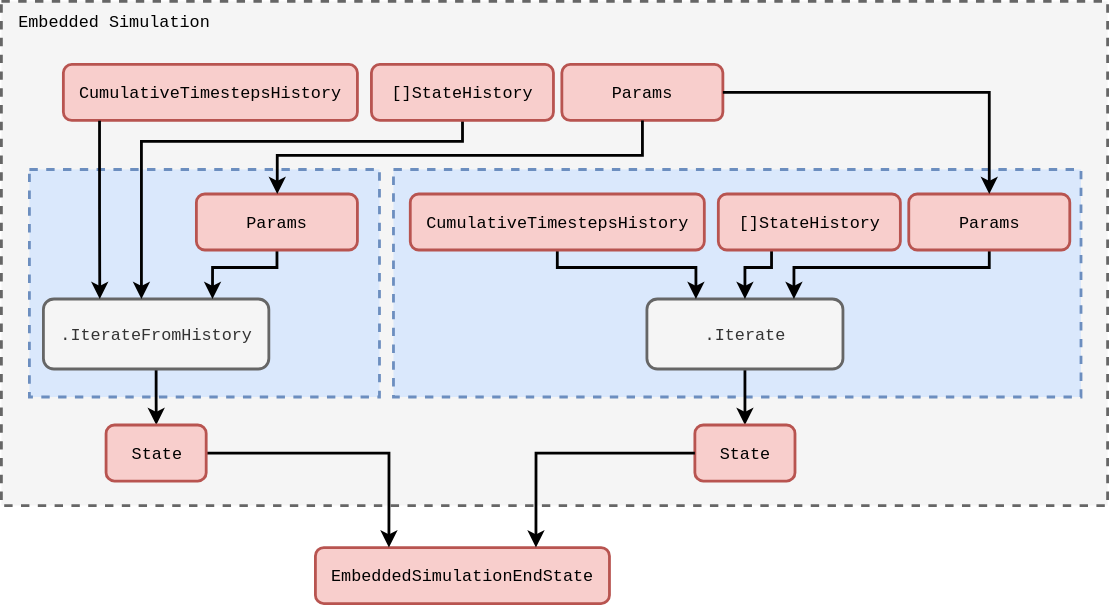
umbralcalc/umbralcalc.github.io keeps this draw.io diagram as assets/diagramming_the_stochadex_project/embedded-simulations.svg. Above is the earlier version. Source tidied: cells renumbered, new cells last; positions are measured from the earlier drawing's top-left corner, leaving out a move shared by most shapes.
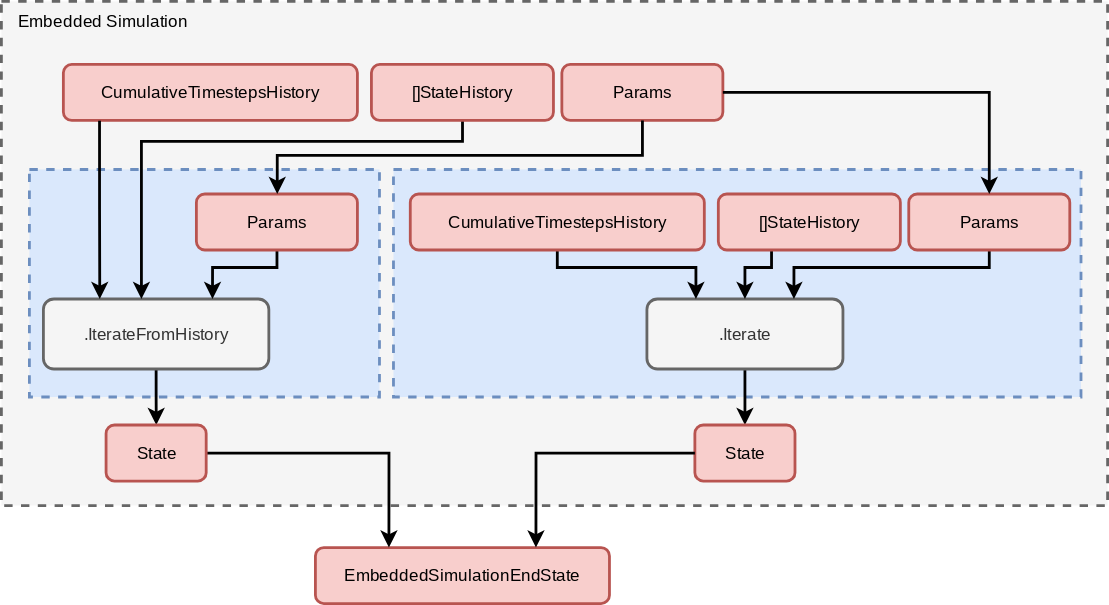
The same file after the commit.

Change to the diagram source:
```diff
@@ -2,34 +2,34 @@
   <root>
     <mxCell id="0" />
     <mxCell id="1" parent="0" />
-    <mxCell id="2" style="rounded=0;whiteSpace=wrap;html=1;fillColor=#f5f5f5;dashed=1;strokeWidth=2;fontColor=#333333;strokeColor=#666666;" parent="1" vertex="1">
+    <mxCell id="2" style="rounded=0;whiteSpace=wrap;html=1;fillColor=#f5f5f5;dashed=1;strokeWidth=2;fontColor=#333333;strokeColor=#666666;fontFamily=Cousine;fontSource=https%3A%2F%2Ffonts.googleapis.com%2Fcss2%3Ffamily%3DCourier%2BPrime%3Aital%2Cwght%400%2C400%3B0%2C700%3B1%2C400%3B1%2C700%26family%3DCousine%3Aital%2Cwght%400%2C400%3B0%2C700%3B1%2C400%3B1%2C700%26family%3DShadows%2BInto%2BLight%26display%3Dswap;" parent="1" vertex="1">
       <mxGeometry width="790" height="360" as="geometry" />
     </mxCell>
-    <mxCell id="3" value="&lt;font face=&quot;Courier New&quot;&gt;Params&lt;/font&gt;" style="rounded=1;whiteSpace=wrap;html=1;strokeWidth=2;fillColor=#f8cecc;strokeColor=#b85450;" parent="1" vertex="1">
+    <mxCell id="3" value="&lt;font&gt;Params&lt;/font&gt;" style="rounded=1;whiteSpace=wrap;html=1;strokeWidth=2;fillColor=#f8cecc;strokeColor=#b85450;fontFamily=Cousine;fontSource=https%3A%2F%2Ffonts.googleapis.com%2Fcss2%3Ffamily%3DCourier%2BPrime%3Aital%2Cwght%400%2C400%3B0%2C700%3B1%2C400%3B1%2C700%26family%3DCousine%3Aital%2Cwght%400%2C400%3B0%2C700%3B1%2C400%3B1%2C700%26family%3DShadows%2BInto%2BLight%26display%3Dswap;" parent="1" vertex="1">
       <mxGeometry x="400.2" y="45" width="115" height="40" as="geometry" />
     </mxCell>
-    <mxCell id="4" style="rounded=0;whiteSpace=wrap;html=1;dashed=1;strokeWidth=2;fillColor=#dae8fc;strokeColor=#6c8ebf;" parent="1" vertex="1">
+    <mxCell id="4" style="rounded=0;whiteSpace=wrap;html=1;dashed=1;strokeWidth=2;fillColor=#dae8fc;strokeColor=#6c8ebf;fontFamily=Cousine;fontSource=https%3A%2F%2Ffonts.googleapis.com%2Fcss2%3Ffamily%3DCourier%2BPrime%3Aital%2Cwght%400%2C400%3B0%2C700%3B1%2C400%3B1%2C700%26family%3DCousine%3Aital%2Cwght%400%2C400%3B0%2C700%3B1%2C400%3B1%2C700%26family%3DShadows%2BInto%2BLight%26display%3Dswap;" parent="1" vertex="1">
       <mxGeometry x="20" y="120" width="250" height="162.5" as="geometry" />
     </mxCell>
-    <mxCell id="5" style="edgeStyle=orthogonalEdgeStyle;rounded=0;jettySize=auto;html=1;strokeWidth=2;" parent="1" edge="1" source="6" target="10">
+    <mxCell id="5" style="edgeStyle=orthogonalEdgeStyle;rounded=0;jettySize=auto;html=1;strokeWidth=2;fontFamily=Cousine;fontSource=https%3A%2F%2Ffonts.googleapis.com%2Fcss2%3Ffamily%3DCourier%2BPrime%3Aital%2Cwght%400%2C400%3B0%2C700%3B1%2C400%3B1%2C700%26family%3DCousine%3Aital%2Cwght%400%2C400%3B0%2C700%3B1%2C400%3B1%2C700%26family%3DShadows%2BInto%2BLight%26display%3Dswap;" parent="1" edge="1" source="6" target="10">
       <mxGeometry relative="1" as="geometry" />
     </mxCell>
-    <mxCell id="6" value="&lt;font face=&quot;Courier New&quot;&gt;.IterateFromHistory&lt;/font&gt;" style="rounded=1;whiteSpace=wrap;html=1;strokeWidth=2;fillColor=#f5f5f5;fontColor=#333333;strokeColor=#666666;" parent="1" vertex="1">
+    <mxCell id="6" value="&lt;font&gt;.IterateFromHistory&lt;/font&gt;" style="rounded=1;whiteSpace=wrap;html=1;strokeWidth=2;fillColor=#f5f5f5;fontColor=#333333;strokeColor=#666666;fontFamily=Cousine;fontSource=https%3A%2F%2Ffonts.googleapis.com%2Fcss2%3Ffamily%3DCourier%2BPrime%3Aital%2Cwght%400%2C400%3B0%2C700%3B1%2C400%3B1%2C700%26family%3DCousine%3Aital%2Cwght%400%2C400%3B0%2C700%3B1%2C400%3B1%2C700%26family%3DShadows%2BInto%2BLight%26display%3Dswap;" parent="1" vertex="1">
       <mxGeometry x="30" y="212.5" width="161" height="50" as="geometry" />
     </mxCell>
-    <mxCell id="7" value="&lt;font face=&quot;Courier New&quot;&gt;EmbeddedSimulationEndState&lt;/font&gt;" style="rounded=1;whiteSpace=wrap;html=1;strokeWidth=2;fillColor=#f8cecc;strokeColor=#b85450;" parent="1" vertex="1">
+    <mxCell id="7" value="&lt;font&gt;EmbeddedSimulationEndState&lt;/font&gt;" style="rounded=1;whiteSpace=wrap;html=1;strokeWidth=2;fillColor=#f8cecc;strokeColor=#b85450;fontFamily=Cousine;fontSource=https%3A%2F%2Ffonts.googleapis.com%2Fcss2%3Ffamily%3DCourier%2BPrime%3Aital%2Cwght%400%2C400%3B0%2C700%3B1%2C400%3B1%2C700%26family%3DCousine%3Aital%2Cwght%400%2C400%3B0%2C700%3B1%2C400%3B1%2C700%26family%3DShadows%2BInto%2BLight%26display%3Dswap;" parent="1" vertex="1">
       <mxGeometry x="224.2" y="390" width="210" height="40" as="geometry" />
     </mxCell>
-    <mxCell id="8" value="&lt;span style=&quot;font-family: &amp;quot;Courier New&amp;quot;; font-size: 12px; font-style: normal; font-variant-ligatures: normal; font-variant-caps: normal; letter-spacing: normal; orphans: 2; text-align: center; text-indent: 0px; text-transform: none; widows: 2; word-spacing: 0px; -webkit-text-stroke-width: 0px; white-space: normal; text-decoration-thickness: initial; text-decoration-style: initial; text-decoration-color: initial; float: none; display: inline !important;&quot;&gt;Embedded Simulation&lt;/span&gt;" style="text;whiteSpace=wrap;html=1;" parent="1" vertex="1">
+    <mxCell id="8" value="&lt;span style=&quot;font-size: 12px; font-style: normal; font-variant-ligatures: normal; font-variant-caps: normal; letter-spacing: normal; orphans: 2; text-align: center; text-indent: 0px; text-transform: none; widows: 2; word-spacing: 0px; -webkit-text-stroke-width: 0px; white-space: normal; text-decoration-thickness: initial; text-decoration-style: initial; text-decoration-color: initial; float: none; display: inline !important;&quot;&gt;Embedded Simulation&lt;/span&gt;" style="text;whiteSpace=wrap;html=1;fontFamily=Cousine;fontSource=https%3A%2F%2Ffonts.googleapis.com%2Fcss2%3Ffamily%3DCourier%2BPrime%3Aital%2Cwght%400%2C400%3B0%2C700%3B1%2C400%3B1%2C700%26family%3DCousine%3Aital%2Cwght%400%2C400%3B0%2C700%3B1%2C400%3B1%2C700%26family%3DShadows%2BInto%2BLight%26display%3Dswap;" parent="1" vertex="1">
       <mxGeometry x="10" width="160" height="29" as="geometry" />
     </mxCell>
-    <mxCell id="9" style="edgeStyle=orthogonalEdgeStyle;rounded=0;jettySize=auto;html=1;entryX=0.25;entryY=0;entryDx=0;entryDy=0;strokeWidth=2;" parent="1" edge="1" source="10" target="7">
+    <mxCell id="9" style="edgeStyle=orthogonalEdgeStyle;rounded=0;jettySize=auto;html=1;entryX=0.25;entryY=0;entryDx=0;entryDy=0;strokeWidth=2;fontFamily=Cousine;fontSource=https%3A%2F%2Ffonts.googleapis.com%2Fcss2%3Ffamily%3DCourier%2BPrime%3Aital%2Cwght%400%2C400%3B0%2C700%3B1%2C400%3B1%2C700%26family%3DCousine%3Aital%2Cwght%400%2C400%3B0%2C700%3B1%2C400%3B1%2C700%26family%3DShadows%2BInto%2BLight%26display%3Dswap;" parent="1" edge="1" source="10" target="7">
       <mxGeometry relative="1" as="geometry" />
     </mxCell>
-    <mxCell id="10" value="&lt;font face=&quot;Courier New&quot;&gt;State&lt;/font&gt;" style="rounded=1;whiteSpace=wrap;html=1;strokeWidth=2;fillColor=#f8cecc;strokeColor=#b85450;" parent="1" vertex="1">
+    <mxCell id="10" value="&lt;font&gt;State&lt;/font&gt;" style="rounded=1;whiteSpace=wrap;html=1;strokeWidth=2;fillColor=#f8cecc;strokeColor=#b85450;fontFamily=Cousine;fontSource=https%3A%2F%2Ffonts.googleapis.com%2Fcss2%3Ffamily%3DCourier%2BPrime%3Aital%2Cwght%400%2C400%3B0%2C700%3B1%2C400%3B1%2C700%26family%3DCousine%3Aital%2Cwght%400%2C400%3B0%2C700%3B1%2C400%3B1%2C700%26family%3DShadows%2BInto%2BLight%26display%3Dswap;" parent="1" vertex="1">
       <mxGeometry x="74.8" y="302.5" width="71.5" height="40" as="geometry" />
     </mxCell>
-    <mxCell id="11" style="edgeStyle=orthogonalEdgeStyle;rounded=0;jettySize=auto;html=1;strokeWidth=2;" parent="1" edge="1" source="12" target="6">
+    <mxCell id="11" style="edgeStyle=orthogonalEdgeStyle;rounded=0;jettySize=auto;html=1;strokeWidth=2;fontFamily=Cousine;fontSource=https%3A%2F%2Ffonts.googleapis.com%2Fcss2%3Ffamily%3DCourier%2BPrime%3Aital%2Cwght%400%2C400%3B0%2C700%3B1%2C400%3B1%2C700%26family%3DCousine%3Aital%2Cwght%400%2C400%3B0%2C700%3B1%2C400%3B1%2C700%26family%3DShadows%2BInto%2BLight%26display%3Dswap;" parent="1" edge="1" source="12" target="6">
       <mxGeometry relative="1" as="geometry">
         <Array as="points">
           <mxPoint x="329" y="100" />
@@ -37,27 +37,27 @@
         </Array>
       </mxGeometry>
     </mxCell>
-    <mxCell id="12" value="&lt;font face=&quot;Courier New&quot;&gt;[]StateHistory&lt;/font&gt;" style="rounded=1;whiteSpace=wrap;html=1;strokeWidth=2;fillColor=#f8cecc;strokeColor=#b85450;" parent="1" vertex="1">
+    <mxCell id="12" value="&lt;font&gt;[]StateHistory&lt;/font&gt;" style="rounded=1;whiteSpace=wrap;html=1;strokeWidth=2;fillColor=#f8cecc;strokeColor=#b85450;fontFamily=Cousine;fontSource=https%3A%2F%2Ffonts.googleapis.com%2Fcss2%3Ffamily%3DCourier%2BPrime%3Aital%2Cwght%400%2C400%3B0%2C700%3B1%2C400%3B1%2C700%26family%3DCousine%3Aital%2Cwght%400%2C400%3B0%2C700%3B1%2C400%3B1%2C700%26family%3DShadows%2BInto%2BLight%26display%3Dswap;" parent="1" vertex="1">
       <mxGeometry x="264.2" y="45" width="130" height="40" as="geometry" />
     </mxCell>
-    <mxCell id="13" value="&lt;font face=&quot;Courier New&quot;&gt;CumulativeTimestepsHistory&lt;/font&gt;" style="rounded=1;whiteSpace=wrap;html=1;strokeWidth=2;fillColor=#f8cecc;strokeColor=#b85450;" parent="1" vertex="1">
+    <mxCell id="13" value="&lt;font&gt;CumulativeTimestepsHistory&lt;/font&gt;" style="rounded=1;whiteSpace=wrap;html=1;strokeWidth=2;fillColor=#f8cecc;strokeColor=#b85450;fontFamily=Cousine;fontSource=https%3A%2F%2Ffonts.googleapis.com%2Fcss2%3Ffamily%3DCourier%2BPrime%3Aital%2Cwght%400%2C400%3B0%2C700%3B1%2C400%3B1%2C700%26family%3DCousine%3Aital%2Cwght%400%2C400%3B0%2C700%3B1%2C400%3B1%2C700%26family%3DShadows%2BInto%2BLight%26display%3Dswap;" parent="1" vertex="1">
       <mxGeometry x="44.2" y="45" width="210" height="40" as="geometry" />
     </mxCell>
-    <mxCell id="14" style="rounded=0;whiteSpace=wrap;html=1;dashed=1;strokeWidth=2;fillColor=#dae8fc;strokeColor=#6c8ebf;" parent="1" vertex="1">
+    <mxCell id="14" style="rounded=0;whiteSpace=wrap;html=1;dashed=1;strokeWidth=2;fillColor=#dae8fc;strokeColor=#6c8ebf;fontFamily=Cousine;fontSource=https%3A%2F%2Ffonts.googleapis.com%2Fcss2%3Ffamily%3DCourier%2BPrime%3Aital%2Cwght%400%2C400%3B0%2C700%3B1%2C400%3B1%2C700%26family%3DCousine%3Aital%2Cwght%400%2C400%3B0%2C700%3B1%2C400%3B1%2C700%26family%3DShadows%2BInto%2BLight%26display%3Dswap;" parent="1" vertex="1">
       <mxGeometry x="280" y="120" width="491" height="162.5" as="geometry" />
     </mxCell>
-    <mxCell id="15" style="edgeStyle=orthogonalEdgeStyle;rounded=0;jettySize=auto;html=1;strokeWidth=2;" parent="1" edge="1" source="16">
+    <mxCell id="15" style="edgeStyle=orthogonalEdgeStyle;rounded=0;jettySize=auto;html=1;strokeWidth=2;fontFamily=Cousine;fontSource=https%3A%2F%2Ffonts.googleapis.com%2Fcss2%3Ffamily%3DCourier%2BPrime%3Aital%2Cwght%400%2C400%3B0%2C700%3B1%2C400%3B1%2C700%26family%3DCousine%3Aital%2Cwght%400%2C400%3B0%2C700%3B1%2C400%3B1%2C700%26family%3DShadows%2BInto%2BLight%26display%3Dswap;" parent="1" edge="1" source="16">
       <mxGeometry relative="1" as="geometry">
         <mxPoint x="531" y="302.5" as="targetPoint" />
       </mxGeometry>
     </mxCell>
-    <mxCell id="16" value="&lt;font face=&quot;Courier New&quot;&gt;.Iterate&lt;/font&gt;" style="rounded=1;whiteSpace=wrap;html=1;strokeWidth=2;fillColor=#f5f5f5;fontColor=#333333;strokeColor=#666666;" parent="1" vertex="1">
+    <mxCell id="16" value="&lt;font&gt;.Iterate&lt;/font&gt;" style="rounded=1;whiteSpace=wrap;html=1;strokeWidth=2;fillColor=#f5f5f5;fontColor=#333333;strokeColor=#666666;fontFamily=Cousine;fontSource=https%3A%2F%2Ffonts.googleapis.com%2Fcss2%3Ffamily%3DCourier%2BPrime%3Aital%2Cwght%400%2C400%3B0%2C700%3B1%2C400%3B1%2C700%26family%3DCousine%3Aital%2Cwght%400%2C400%3B0%2C700%3B1%2C400%3B1%2C700%26family%3DShadows%2BInto%2BLight%26display%3Dswap;" parent="1" vertex="1">
       <mxGeometry x="461" y="212.5" width="140" height="50" as="geometry" />
     </mxCell>
-    <mxCell id="17" value="&lt;font face=&quot;Courier New&quot;&gt;State&lt;/font&gt;" style="rounded=1;whiteSpace=wrap;html=1;strokeWidth=2;fillColor=#f8cecc;strokeColor=#b85450;" parent="1" vertex="1">
+    <mxCell id="17" value="&lt;font&gt;State&lt;/font&gt;" style="rounded=1;whiteSpace=wrap;html=1;strokeWidth=2;fillColor=#f8cecc;strokeColor=#b85450;fontFamily=Cousine;fontSource=https%3A%2F%2Ffonts.googleapis.com%2Fcss2%3Ffamily%3DCourier%2BPrime%3Aital%2Cwght%400%2C400%3B0%2C700%3B1%2C400%3B1%2C700%26family%3DCousine%3Aital%2Cwght%400%2C400%3B0%2C700%3B1%2C400%3B1%2C700%26family%3DShadows%2BInto%2BLight%26display%3Dswap;" parent="1" vertex="1">
       <mxGeometry x="495.2" y="302.5" width="71.5" height="40" as="geometry" />
     </mxCell>
-    <mxCell id="18" style="edgeStyle=orthogonalEdgeStyle;rounded=0;jettySize=auto;html=1;entryX=0.75;entryY=0;entryDx=0;entryDy=0;strokeWidth=2;" parent="1" edge="1" source="19" target="16">
+    <mxCell id="18" style="edgeStyle=orthogonalEdgeStyle;rounded=0;jettySize=auto;html=1;entryX=0.75;entryY=0;entryDx=0;entryDy=0;strokeWidth=2;fontFamily=Cousine;fontSource=https%3A%2F%2Ffonts.googleapis.com%2Fcss2%3Ffamily%3DCourier%2BPrime%3Aital%2Cwght%400%2C400%3B0%2C700%3B1%2C400%3B1%2C700%26family%3DCousine%3Aital%2Cwght%400%2C400%3B0%2C700%3B1%2C400%3B1%2C700%26family%3DShadows%2BInto%2BLight%26display%3Dswap;" parent="1" edge="1" source="19" target="16">
       <mxGeometry relative="1" as="geometry">
         <Array as="points">
           <mxPoint x="706" y="190" />
@@ -65,10 +65,10 @@
         </Array>
       </mxGeometry>
     </mxCell>
-    <mxCell id="19" value="&lt;font face=&quot;Courier New&quot;&gt;Params&lt;/font&gt;" style="rounded=1;whiteSpace=wrap;html=1;strokeWidth=2;fillColor=#f8cecc;strokeColor=#b85450;" parent="1" vertex="1">
+    <mxCell id="19" value="&lt;font&gt;Params&lt;/font&gt;" style="rounded=1;whiteSpace=wrap;html=1;strokeWidth=2;fillColor=#f8cecc;strokeColor=#b85450;fontFamily=Cousine;fontSource=https%3A%2F%2Ffonts.googleapis.com%2Fcss2%3Ffamily%3DCourier%2BPrime%3Aital%2Cwght%400%2C400%3B0%2C700%3B1%2C400%3B1%2C700%26family%3DCousine%3Aital%2Cwght%400%2C400%3B0%2C700%3B1%2C400%3B1%2C700%26family%3DShadows%2BInto%2BLight%26display%3Dswap;" parent="1" vertex="1">
       <mxGeometry x="648" y="137.5" width="115" height="40" as="geometry" />
     </mxCell>
-    <mxCell id="20" style="edgeStyle=orthogonalEdgeStyle;rounded=0;jettySize=auto;html=1;strokeWidth=2;" parent="1" edge="1" source="21" target="16">
+    <mxCell id="20" style="edgeStyle=orthogonalEdgeStyle;rounded=0;jettySize=auto;html=1;strokeWidth=2;fontFamily=Cousine;fontSource=https%3A%2F%2Ffonts.googleapis.com%2Fcss2%3Ffamily%3DCourier%2BPrime%3Aital%2Cwght%400%2C400%3B0%2C700%3B1%2C400%3B1%2C700%26family%3DCousine%3Aital%2Cwght%400%2C400%3B0%2C700%3B1%2C400%3B1%2C700%26family%3DShadows%2BInto%2BLight%26display%3Dswap;" parent="1" edge="1" source="21" target="16">
       <mxGeometry relative="1" as="geometry">
         <Array as="points">
           <mxPoint x="550" y="190" />
@@ -76,10 +76,10 @@
         </Array>
       </mxGeometry>
     </mxCell>
-    <mxCell id="21" value="&lt;font face=&quot;Courier New&quot;&gt;[]StateHistory&lt;/font&gt;" style="rounded=1;whiteSpace=wrap;html=1;strokeWidth=2;fillColor=#f8cecc;strokeColor=#b85450;" parent="1" vertex="1">
+    <mxCell id="21" value="&lt;font&gt;[]StateHistory&lt;/font&gt;" style="rounded=1;whiteSpace=wrap;html=1;strokeWidth=2;fillColor=#f8cecc;strokeColor=#b85450;fontFamily=Cousine;fontSource=https%3A%2F%2Ffonts.googleapis.com%2Fcss2%3Ffamily%3DCourier%2BPrime%3Aital%2Cwght%400%2C400%3B0%2C700%3B1%2C400%3B1%2C700%26family%3DCousine%3Aital%2Cwght%400%2C400%3B0%2C700%3B1%2C400%3B1%2C700%26family%3DShadows%2BInto%2BLight%26display%3Dswap;" parent="1" vertex="1">
       <mxGeometry x="512" y="137.5" width="130" height="40" as="geometry" />
     </mxCell>
-    <mxCell id="22" style="edgeStyle=orthogonalEdgeStyle;rounded=0;jettySize=auto;html=1;entryX=0.25;entryY=0;entryDx=0;entryDy=0;strokeWidth=2;" parent="1" edge="1" source="23" target="16">
+    <mxCell id="22" style="edgeStyle=orthogonalEdgeStyle;rounded=0;jettySize=auto;html=1;entryX=0.25;entryY=0;entryDx=0;entryDy=0;strokeWidth=2;fontFamily=Cousine;fontSource=https%3A%2F%2Ffonts.googleapis.com%2Fcss2%3Ffamily%3DCourier%2BPrime%3Aital%2Cwght%400%2C400%3B0%2C700%3B1%2C400%3B1%2C700%26family%3DCousine%3Aital%2Cwght%400%2C400%3B0%2C700%3B1%2C400%3B1%2C700%26family%3DShadows%2BInto%2BLight%26display%3Dswap;" parent="1" edge="1" source="23" target="16">
       <mxGeometry relative="1" as="geometry">
         <Array as="points">
           <mxPoint x="397" y="190" />
@@ -87,10 +87,10 @@
         </Array>
       </mxGeometry>
     </mxCell>
-    <mxCell id="23" value="&lt;font face=&quot;Courier New&quot;&gt;CumulativeTimestepsHistory&lt;/font&gt;" style="rounded=1;whiteSpace=wrap;html=1;strokeWidth=2;fillColor=#f8cecc;strokeColor=#b85450;" parent="1" vertex="1">
+    <mxCell id="23" value="&lt;font&gt;CumulativeTimestepsHistory&lt;/font&gt;" style="rounded=1;whiteSpace=wrap;html=1;strokeWidth=2;fillColor=#f8cecc;strokeColor=#b85450;fontFamily=Cousine;fontSource=https%3A%2F%2Ffonts.googleapis.com%2Fcss2%3Ffamily%3DCourier%2BPrime%3Aital%2Cwght%400%2C400%3B0%2C700%3B1%2C400%3B1%2C700%26family%3DCousine%3Aital%2Cwght%400%2C400%3B0%2C700%3B1%2C400%3B1%2C700%26family%3DShadows%2BInto%2BLight%26display%3Dswap;" parent="1" vertex="1">
       <mxGeometry x="292" y="137.5" width="210" height="40" as="geometry" />
     </mxCell>
-    <mxCell id="24" style="edgeStyle=orthogonalEdgeStyle;rounded=0;jettySize=auto;html=1;entryX=0.75;entryY=0;entryDx=0;entryDy=0;strokeWidth=2;" parent="1" edge="1" source="25" target="6">
+    <mxCell id="24" style="edgeStyle=orthogonalEdgeStyle;rounded=0;jettySize=auto;html=1;entryX=0.75;entryY=0;entryDx=0;entryDy=0;strokeWidth=2;fontFamily=Cousine;fontSource=https%3A%2F%2Ffonts.googleapis.com%2Fcss2%3Ffamily%3DCourier%2BPrime%3Aital%2Cwght%400%2C400%3B0%2C700%3B1%2C400%3B1%2C700%26family%3DCousine%3Aital%2Cwght%400%2C400%3B0%2C700%3B1%2C400%3B1%2C700%26family%3DShadows%2BInto%2BLight%26display%3Dswap;" parent="1" edge="1" source="25" target="6">
       <mxGeometry relative="1" as="geometry">
         <Array as="points">
           <mxPoint x="197" y="190" />
@@ -98,10 +98,10 @@
         </Array>
       </mxGeometry>
     </mxCell>
-    <mxCell id="25" value="&lt;font face=&quot;Courier New&quot;&gt;Params&lt;/font&gt;" style="rounded=1;whiteSpace=wrap;html=1;strokeWidth=2;fillColor=#f8cecc;strokeColor=#b85450;" parent="1" vertex="1">
+    <mxCell id="25" value="&lt;font&gt;Params&lt;/font&gt;" style="rounded=1;whiteSpace=wrap;html=1;strokeWidth=2;fillColor=#f8cecc;strokeColor=#b85450;fontFamily=Cousine;fontSource=https%3A%2F%2Ffonts.googleapis.com%2Fcss2%3Ffamily%3DCourier%2BPrime%3Aital%2Cwght%400%2C400%3B0%2C700%3B1%2C400%3B1%2C700%26family%3DCousine%3Aital%2Cwght%400%2C400%3B0%2C700%3B1%2C400%3B1%2C700%26family%3DShadows%2BInto%2BLight%26display%3Dswap;" parent="1" vertex="1">
       <mxGeometry x="139.2" y="137.5" width="115" height="40" as="geometry" />
     </mxCell>
-    <mxCell id="26" style="edgeStyle=orthogonalEdgeStyle;rounded=0;jettySize=auto;html=1;strokeWidth=2;" parent="1" edge="1" source="3" target="25">
+    <mxCell id="26" style="edgeStyle=orthogonalEdgeStyle;rounded=0;jettySize=auto;html=1;strokeWidth=2;fontFamily=Cousine;fontSource=https%3A%2F%2Ffonts.googleapis.com%2Fcss2%3Ffamily%3DCourier%2BPrime%3Aital%2Cwght%400%2C400%3B0%2C700%3B1%2C400%3B1%2C700%26family%3DCousine%3Aital%2Cwght%400%2C400%3B0%2C700%3B1%2C400%3B1%2C700%26family%3DShadows%2BInto%2BLight%26display%3Dswap;" parent="1" edge="1" source="3" target="25">
       <mxGeometry relative="1" as="geometry">
         <Array as="points">
           <mxPoint x="458" y="110" />
@@ -109,13 +109,13 @@
         </Array>
       </mxGeometry>
     </mxCell>
-    <mxCell id="27" style="edgeStyle=orthogonalEdgeStyle;rounded=0;jettySize=auto;html=1;strokeWidth=2;" parent="1" edge="1" source="3" target="19">
+    <mxCell id="27" style="edgeStyle=orthogonalEdgeStyle;rounded=0;jettySize=auto;html=1;strokeWidth=2;fontFamily=Cousine;fontSource=https%3A%2F%2Ffonts.googleapis.com%2Fcss2%3Ffamily%3DCourier%2BPrime%3Aital%2Cwght%400%2C400%3B0%2C700%3B1%2C400%3B1%2C700%26family%3DCousine%3Aital%2Cwght%400%2C400%3B0%2C700%3B1%2C400%3B1%2C700%26family%3DShadows%2BInto%2BLight%26display%3Dswap;" parent="1" edge="1" source="3" target="19">
       <mxGeometry relative="1" as="geometry" />
     </mxCell>
-    <mxCell id="28" style="edgeStyle=orthogonalEdgeStyle;rounded=0;jettySize=auto;html=1;entryX=0.75;entryY=0;entryDx=0;entryDy=0;strokeWidth=2;" parent="1" edge="1" source="17" target="7">
+    <mxCell id="28" style="edgeStyle=orthogonalEdgeStyle;rounded=0;jettySize=auto;html=1;entryX=0.75;entryY=0;entryDx=0;entryDy=0;strokeWidth=2;fontFamily=Cousine;fontSource=https%3A%2F%2Ffonts.googleapis.com%2Fcss2%3Ffamily%3DCourier%2BPrime%3Aital%2Cwght%400%2C400%3B0%2C700%3B1%2C400%3B1%2C700%26family%3DCousine%3Aital%2Cwght%400%2C400%3B0%2C700%3B1%2C400%3B1%2C700%26family%3DShadows%2BInto%2BLight%26display%3Dswap;" parent="1" edge="1" source="17" target="7">
       <mxGeometry relative="1" as="geometry" />
     </mxCell>
-    <mxCell id="29" style="edgeStyle=orthogonalEdgeStyle;rounded=0;jettySize=auto;html=1;strokeWidth=2;entryX=0.25;entryY=0;entryDx=0;entryDy=0;exitX=0.123;exitY=1.005;exitDx=0;exitDy=0;exitPerimeter=0;" parent="1" edge="1" source="13" target="6">
+    <mxCell id="29" style="edgeStyle=orthogonalEdgeStyle;rounded=0;jettySize=auto;html=1;strokeWidth=2;entryX=0.25;entryY=0;entryDx=0;entryDy=0;exitX=0.123;exitY=1.005;exitDx=0;exitDy=0;exitPerimeter=0;fontFamily=Cousine;fontSource=https%3A%2F%2Ffonts.googleapis.com%2Fcss2%3Ffamily%3DCourier%2BPrime%3Aital%2Cwght%400%2C400%3B0%2C700%3B1%2C400%3B1%2C700%26family%3DCousine%3Aital%2Cwght%400%2C400%3B0%2C700%3B1%2C400%3B1%2C700%26family%3DShadows%2BInto%2BLight%26display%3Dswap;" parent="1" edge="1" source="13" target="6">
       <mxGeometry relative="1" as="geometry" />
     </mxCell>
   </root>
```
